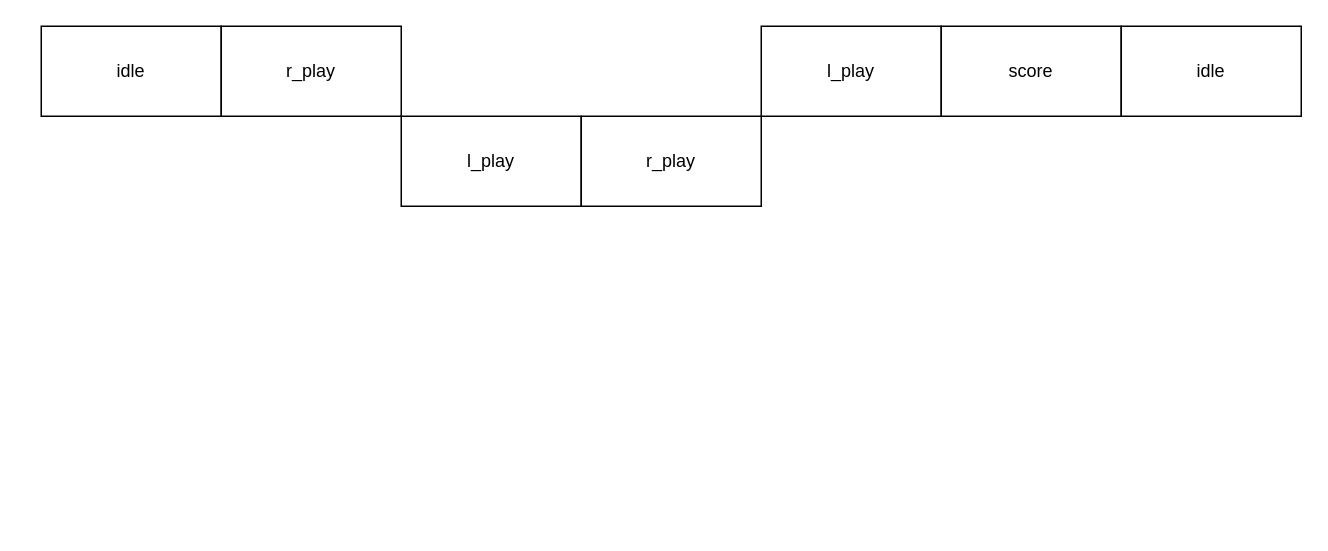
Earlier version of the draw.io diagram bidirmsc.drawio (Chee-En/SoCLab). Source tidied: cells renumbered, new cells numbered last; positions are measured from the earlier drawing's top-left corner, leaving out a move shared by most shapes. Both pictures are drawn from the tidied source at 150%, with x=0, y=0 at pixel (40, 26).
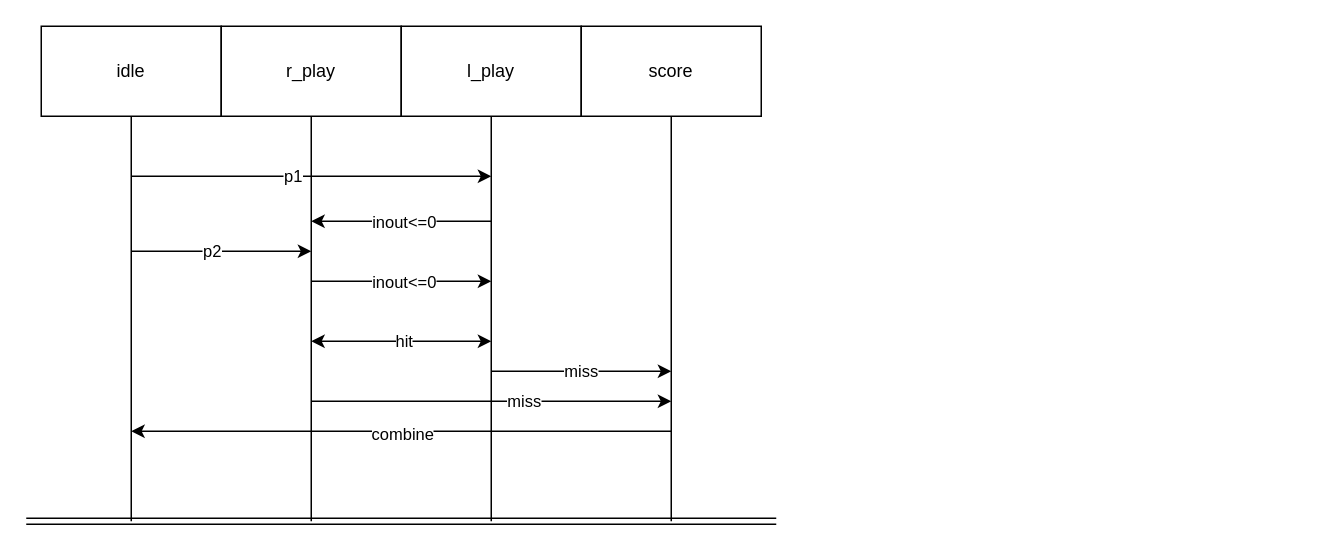
After the change.

Diff of the diagram source:
```diff
@@
     <mxCell id="4" value="l_play" style="rounded=0;whiteSpace=wrap;html=1;" parent="1" vertex="1">
-      <mxGeometry x="240" y="60" width="120" height="60" as="geometry" />
+      <mxGeometry x="240" width="120" height="60" as="geometry" />
     </mxCell>
-    <mxCell id="5" value="r_play" style="rounded=0;whiteSpace=wrap;html=1;" parent="1" vertex="1">
-      <mxGeometry x="360" y="60" width="120" height="60" as="geometry" />
-    </mxCell>
-    <mxCell id="6" value="l_play" style="rounded=0;whiteSpace=wrap;html=1;" parent="1" vertex="1">
-      <mxGeometry x="480" width="120" height="60" as="geometry" />
-    </mxCell>
     <mxCell id="7" value="score" style="rounded=0;whiteSpace=wrap;html=1;" parent="1" vertex="1">
-      <mxGeometry x="600" width="120" height="60" as="geometry" />
+      <mxGeometry x="360" width="120" height="60" as="geometry" />
     </mxCell>
-    <mxCell id="8" value="idle" style="rounded=0;whiteSpace=wrap;html=1;" parent="1" vertex="1">
-      <mxGeometry x="720" width="120" height="60" as="geometry" />
-    </mxCell>
+    <mxCell id="9" style="endArrow=none;html=1;rounded=0;entryX=0.5;entryY=1;entryDx=0;entryDy=0;" parent="1" edge="1" target="4">
+      <mxGeometry relative="1" as="geometry">
+        <mxPoint x="300" y="330" as="sourcePoint" />
+      </mxGeometry>
+    </mxCell>
+    <mxCell id="10" style="endArrow=none;html=1;rounded=0;entryX=0.5;entryY=1;entryDx=0;entryDy=0;" parent="1" edge="1" target="7">
+      <mxGeometry relative="1" as="geometry">
+        <mxPoint x="420" y="330" as="sourcePoint" />
+      </mxGeometry>
+    </mxCell>
+    <mxCell id="11" style="endArrow=none;html=1;rounded=0;entryX=0.5;entryY=1;entryDx=0;entryDy=0;" parent="1" edge="1">
+      <mxGeometry relative="1" as="geometry">
+        <mxPoint x="60" y="330" as="sourcePoint" />
+        <mxPoint x="60" y="60" as="targetPoint" />
+      </mxGeometry>
+    </mxCell>
+    <mxCell id="12" style="endArrow=none;html=1;rounded=0;entryX=0.5;entryY=1;entryDx=0;entryDy=0;" parent="1" edge="1">
+      <mxGeometry relative="1" as="geometry">
+        <mxPoint x="180" y="330" as="sourcePoint" />
+        <mxPoint x="180" y="60" as="targetPoint" />
+      </mxGeometry>
+    </mxCell>
+    <mxCell id="13" style="shape=link;html=1;rounded=0;" parent="1" edge="1">
+      <mxGeometry relative="1" as="geometry">
+        <mxPoint x="-10" y="330" as="sourcePoint" />
+        <mxPoint x="490" y="330" as="targetPoint" />
+        <Array as="points">
+          <mxPoint x="250" y="330" />
+        </Array>
+      </mxGeometry>
+    </mxCell>
+    <mxCell id="14" style="endArrow=classic;html=1;rounded=0;" parent="1" edge="1">
+      <mxGeometry relative="1" as="geometry">
+        <mxPoint x="60" y="100" as="sourcePoint" />
+        <mxPoint x="300" y="100" as="targetPoint" />
+      </mxGeometry>
+    </mxCell>
+    <mxCell id="15" value="p1" style="edgeLabel;html=1;align=center;verticalAlign=middle;" parent="14" vertex="1">
+      <mxGeometry x="-0.11" y="1" relative="1" as="geometry" />
+    </mxCell>
+    <mxCell id="16" style="endArrow=classic;html=1;rounded=0;" parent="1" edge="1">
+      <mxGeometry relative="1" as="geometry">
+        <mxPoint x="60" y="150" as="sourcePoint" />
+        <mxPoint x="180" y="150" as="targetPoint" />
+      </mxGeometry>
+    </mxCell>
+    <mxCell id="17" value="p2" style="edgeLabel;html=1;align=center;verticalAlign=middle;" parent="16" vertex="1">
+      <mxGeometry x="-0.11" y="1" relative="1" as="geometry" />
+    </mxCell>
+    <mxCell id="18" style="endArrow=classic;html=1;rounded=0;" parent="1" edge="1">
+      <mxGeometry relative="1" as="geometry">
+        <mxPoint x="300" y="130" as="sourcePoint" />
+        <mxPoint x="180" y="130" as="targetPoint" />
+      </mxGeometry>
+    </mxCell>
+    <mxCell id="19" value="inout&amp;lt;=0" style="edgeLabel;html=1;align=center;verticalAlign=middle;" parent="18" vertex="1">
+      <mxGeometry x="-0.01" relative="1" as="geometry" />
+    </mxCell>
+    <mxCell id="20" style="endArrow=classic;html=1;rounded=0;" parent="1" edge="1">
+      <mxGeometry relative="1" as="geometry">
+        <mxPoint x="180" y="170" as="sourcePoint" />
+        <mxPoint x="300" y="170" as="targetPoint" />
+      </mxGeometry>
+    </mxCell>
+    <mxCell id="21" value="inout&amp;lt;=0" style="edgeLabel;html=1;align=center;verticalAlign=middle;" parent="20" vertex="1">
+      <mxGeometry x="-0.09" y="-3" relative="1" as="geometry">
+        <mxPoint x="6" y="-3" as="offset" />
+      </mxGeometry>
+    </mxCell>
+    <mxCell id="22" style="endArrow=classic;startArrow=classic;html=1;rounded=0;" parent="1" edge="1">
+      <mxGeometry relative="1" as="geometry">
+        <mxPoint x="180" y="210" as="sourcePoint" />
+        <mxPoint x="300" y="210" as="targetPoint" />
+      </mxGeometry>
+    </mxCell>
+    <mxCell id="23" value="hit" style="edgeLabel;html=1;align=center;verticalAlign=middle;" parent="22" vertex="1">
+      <mxGeometry x="0.02" y="1" relative="1" as="geometry" />
+    </mxCell>
+    <mxCell id="24" style="endArrow=classic;html=1;rounded=0;" parent="1" edge="1">
+      <mxGeometry relative="1" as="geometry">
+        <mxPoint x="180" y="250" as="sourcePoint" />
+        <mxPoint x="420" y="250" as="targetPoint" />
+      </mxGeometry>
+    </mxCell>
+    <mxCell id="25" value="miss" style="edgeLabel;html=1;align=center;verticalAlign=middle;" parent="24" vertex="1">
+      <mxGeometry x="0.09" y="1" relative="1" as="geometry">
+        <mxPoint x="10" as="offset" />
+      </mxGeometry>
+    </mxCell>
+    <mxCell id="26" style="endArrow=classic;html=1;rounded=0;" parent="1" edge="1">
+      <mxGeometry relative="1" as="geometry">
+        <mxPoint x="300" y="230" as="sourcePoint" />
+        <mxPoint x="420" y="230" as="targetPoint" />
+      </mxGeometry>
+    </mxCell>
+    <mxCell id="27" value="miss" style="edgeLabel;html=1;align=center;verticalAlign=middle;" parent="26" vertex="1">
+      <mxGeometry x="-0.01" y="1" relative="1" as="geometry" />
+    </mxCell>
+    <mxCell id="28" style="endArrow=classic;html=1;rounded=0;" parent="1" edge="1">
+      <mxGeometry relative="1" as="geometry">
+        <mxPoint x="420" y="270" as="sourcePoint" />
+        <mxPoint x="60" y="270" as="targetPoint" />
+      </mxGeometry>
+    </mxCell>
+    <mxCell id="29" value="combine" style="edgeLabel;html=1;align=center;verticalAlign=middle;" parent="28" vertex="1">
+      <mxGeometry y="1" relative="1" as="geometry" />
+    </mxCell>
```
